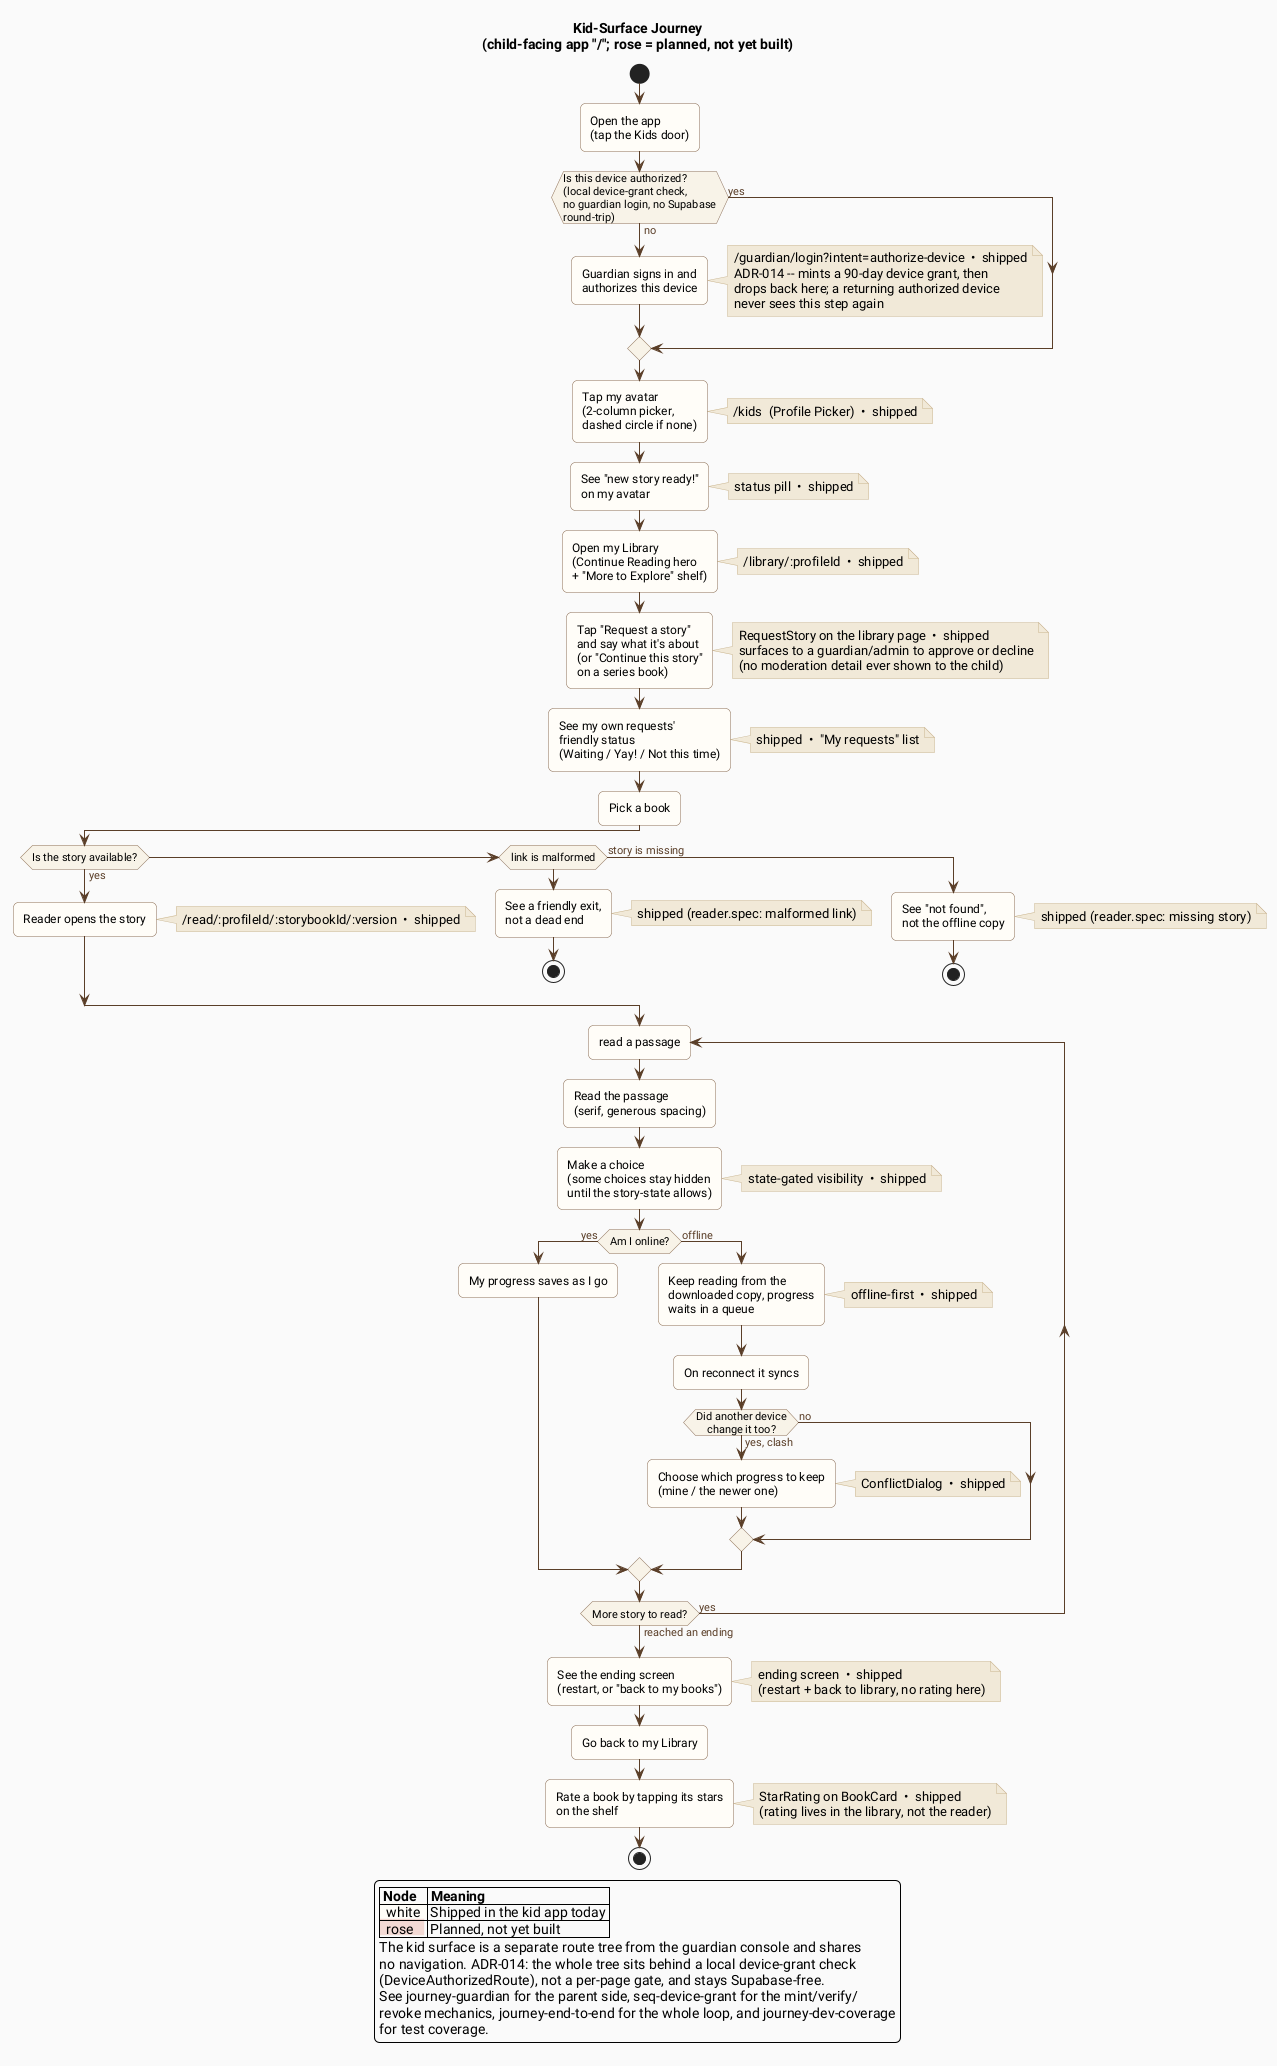
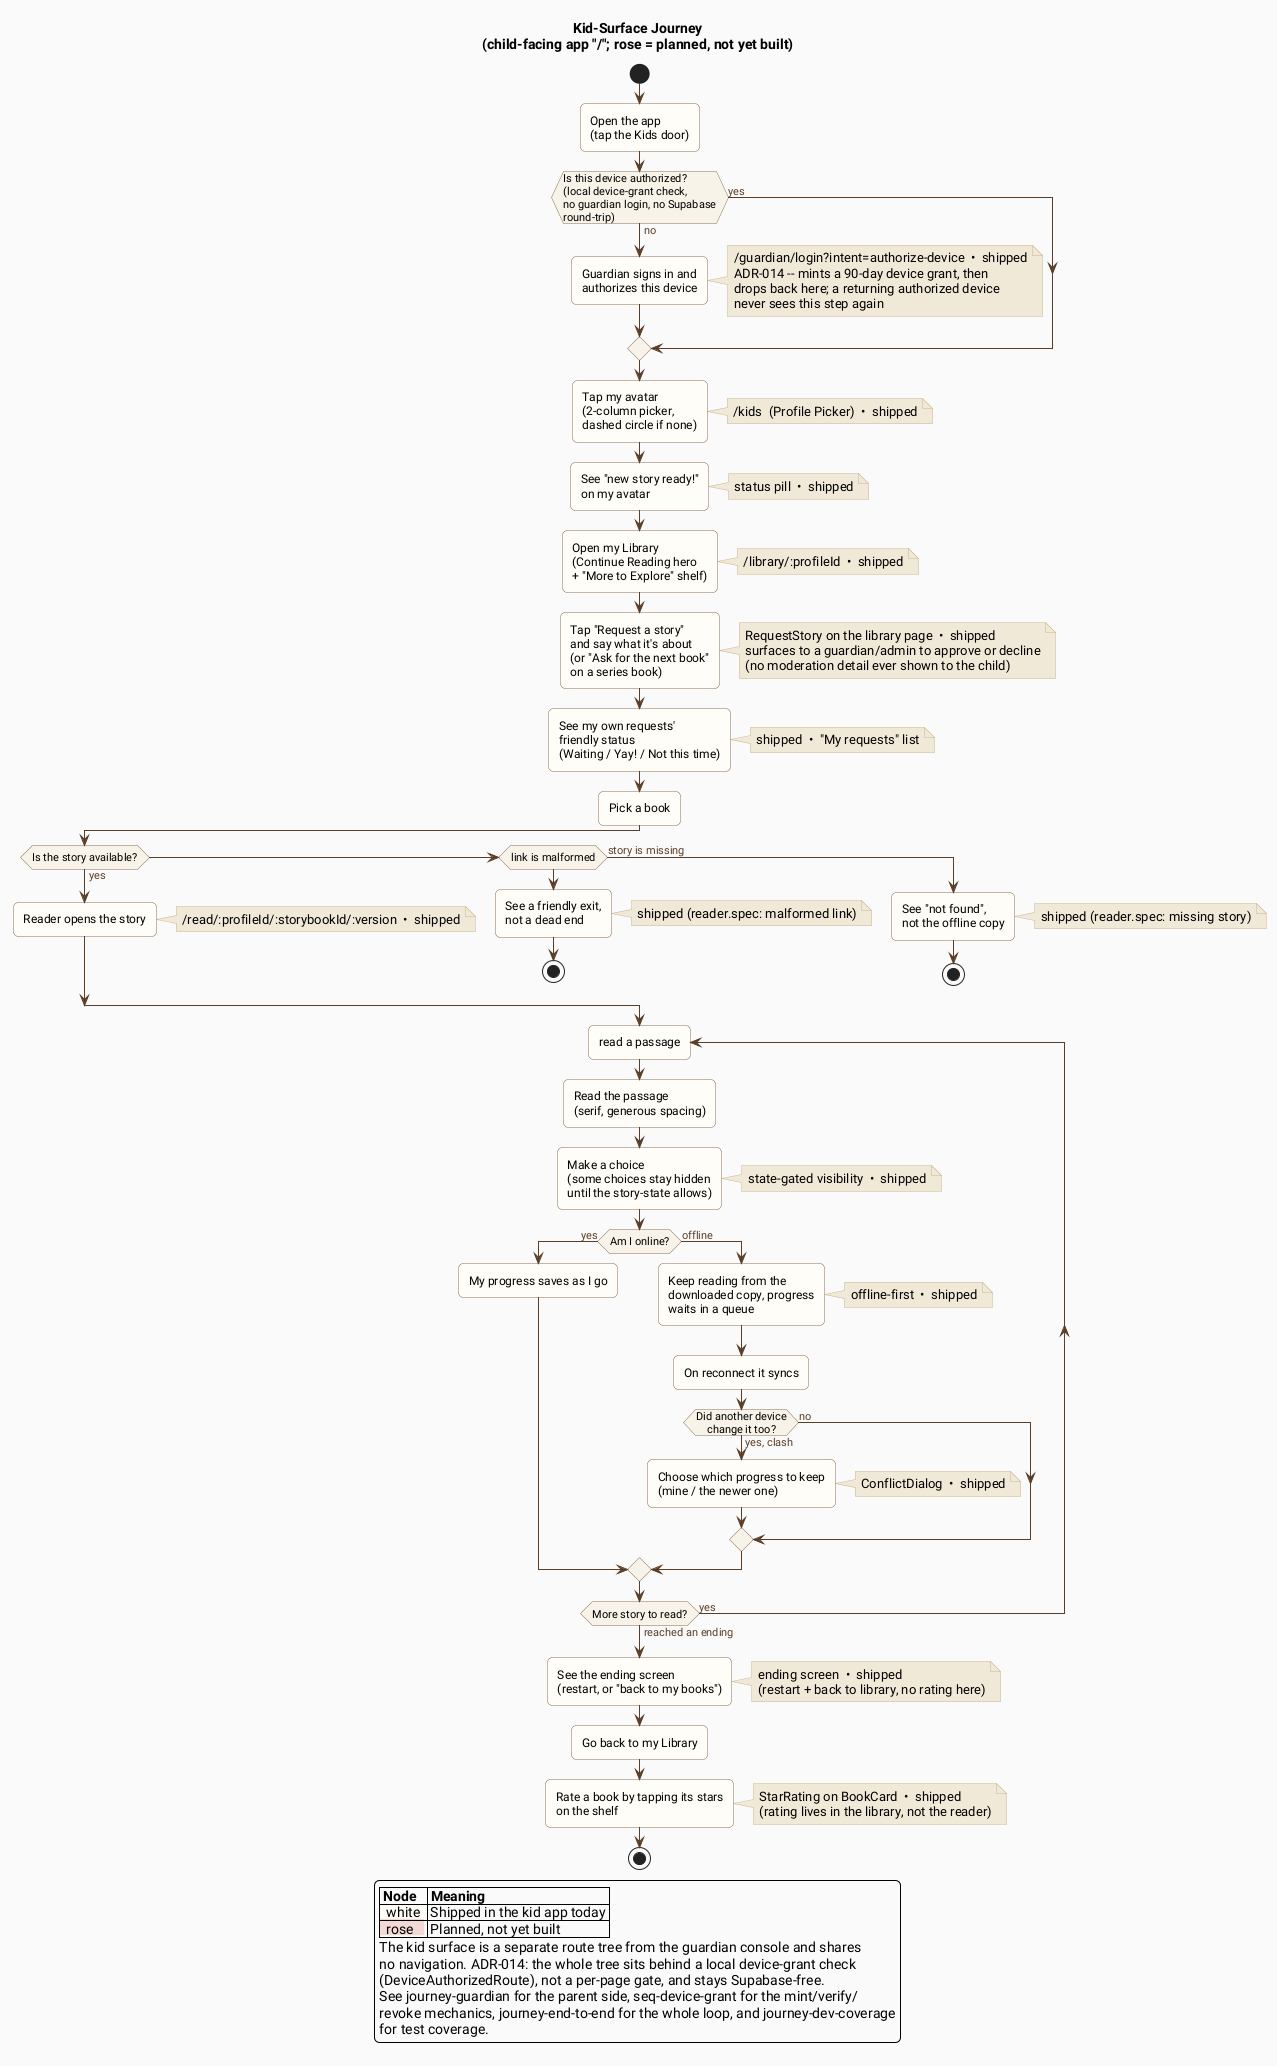
@startuml journey-kid
' ============================================================
' Zoomed User-Experience Flow: Kid Surface
'
' Product/UX-clarity altitude for the child-facing app only (route tree "/").
' Node fill: white = shipped today, rose = planned (not yet built).
'
' Source screens:
'   frontend/src/router.tsx  (kid route tree: /kids, /library/:profileId, /read/...;
'     DeviceAuthorizedRoute wraps the whole tree, ADR-014)
'   frontend/src/auth/DeviceAuthorizedRoute.tsx, auth/deviceGrant.ts (ADR-014:
'     local device-grant check, Supabase-free)
'   frontend/src/landing/LandingPage.tsx  (device-state-aware Kids door)
'   frontend/src/kid/ProfilePickerPage.tsx
'   frontend/src/library/LibraryPage.tsx, BookCard.tsx, StarRating.tsx
'   frontend/src/library/RequestStory.tsx  (child-initiated request, WS-B;
'     shipped, mounted on the library page -- see api/story_requests.py)
'   frontend/src/reader/Reader.tsx, ReaderRoute.tsx, ConflictDialog.tsx
'   Phase 4a mobile UI wireframe concept spec (PR #47, shipped; the source doc under
'     docs/superpowers/specs/ was retired as scratch output once its work merged)
+ '
+ ' 2026-07-15: the .svg was hand-patched (not regenerated) to match this source's
+ '   "Ask for the next book" label (renamed from "Continue this story"): no
+ '   PlantUML renderer producing output consistent with this file's existing
+ '   layout was available in that session (only an old bundled 2019 jar, whose
+ '   output differs enough in dimensions/style to make a full regen a much
+ '   noisier diff than the one-label change it would represent). Regenerate
+ '   properly with a current PlantUML next time this diagram needs a real
+ '   layout change.
' ============================================================

title Kid-Surface Journey\n(child-facing app "/"; rose = planned, not yet built)

skinparam defaultFontName "Roboto"
skinparam backgroundColor #FAFAFA
skinparam roundCorner 10
skinparam shadowing false
skinparam ArrowColor #5a3e28
skinparam ArrowFontColor #5a3e28
skinparam ActivityBackgroundColor #FFFDF8
skinparam ActivityBorderColor #8c6f56
skinparam ActivityDiamondBackgroundColor #f8f3e8
skinparam ActivityDiamondBorderColor #8c6f56
skinparam NoteBackgroundColor #F1E9D8
skinparam NoteBorderColor #c9b48f

|#F0D9B8|Child|
start
:Open the app
(tap the Kids door);
if (Is this device authorized?\n(local device-grant check,\nno guardian login, no Supabase\nround-trip)) then (yes)
else (no)
  :Guardian signs in and
  authorizes this device;
  note right: /guardian/login?intent=authorize-device  •  shipped\nADR-014 -- mints a 90-day device grant, then\ndrops back here; a returning authorized device\nnever sees this step again
endif
:Tap my avatar
(2-column picker,
dashed circle if none);
note right: /kids  (Profile Picker)  •  shipped

:See "new story ready!"
on my avatar;
note right: status pill  •  shipped

:Open my Library
(Continue Reading hero
+ "More to Explore" shelf);
note right: /library/:profileId  •  shipped

:Tap "Request a story"
and say what it's about
- (or "Continue this story"
+ (or "Ask for the next book"
on a series book);
note right: RequestStory on the library page  •  shipped\nsurfaces to a guardian/admin to approve or decline\n(no moderation detail ever shown to the child)
:See my own requests'
friendly status
(Waiting / Yay! / Not this time);
note right: shipped  •  "My requests" list

:Pick a book;

' error exits are real, tested paths
if (Is the story available?) then (yes)
  :Reader opens the story;
  note right: /read/:profileId/:storybookId/:version  •  shipped
elseif (link is malformed) then
  :See a friendly exit,
  not a dead end;
  note right: shipped (reader.spec: malformed link)
  stop
else (story is missing)
  :See "not found",
  not the offline copy;
  note right: shipped (reader.spec: missing story)
  stop
endif

repeat :read a passage;
  :Read the passage
  (serif, generous spacing);
  :Make a choice
  (some choices stay hidden
  until the story-state allows);
  note right: state-gated visibility  •  shipped
  if (Am I online?) then (yes)
    :My progress saves as I go;
  else (offline)
    :Keep reading from the
    downloaded copy, progress
    waits in a queue;
    note right: offline-first  •  shipped
    :On reconnect it syncs;
    if (Did another device
    change it too?) then (yes, clash)
      :Choose which progress to keep
      (mine / the newer one);
      note right: ConflictDialog  •  shipped
    else (no)
    endif
  endif
repeat while (More story to read?) is (yes) not (reached an ending)

:See the ending screen
(restart, or "back to my books");
note right: ending screen  •  shipped\n(restart + back to library, no rating here)
:Go back to my Library;
:Rate a book by tapping its stars
on the shelf;
note right: StarRating on BookCard  •  shipped\n(rating lives in the library, not the reader)
stop

legend bottom
  |= Node |= Meaning |
  |<back:#FFFDF8>  white  </back>| Shipped in the kid app today |
  |<back:#F3D9D4>  rose   </back>| Planned, not yet built |
  The kid surface is a separate route tree from the guardian console and shares
  no navigation. ADR-014: the whole tree sits behind a local device-grant check
  (DeviceAuthorizedRoute), not a per-page gate, and stays Supabase-free.
  See journey-guardian for the parent side, seq-device-grant for the mint/verify/
  revoke mechanics, journey-end-to-end for the whole loop, and journey-dev-coverage
  for test coverage.
endlegend

@enduml
